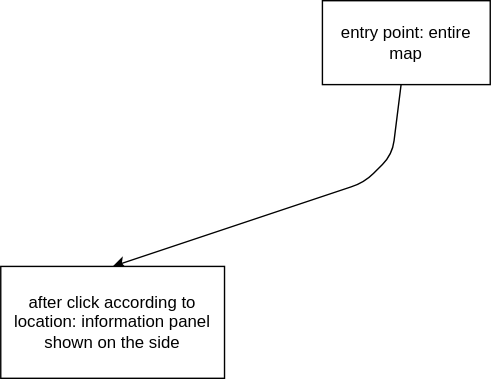
sachiniyer/resow keeps this draw.io diagram as ux-design/wireframe.svg. Above is the earlier version. Source tidied: cells renumbered, new cells last; positions are measured from the earlier drawing's top-left corner, leaving out a move shared by most shapes. Source of this version:
```xml
<mxGraphModel>
  <root>
    <mxCell id="0" />
    <mxCell id="1" parent="0" />
    <mxCell id="2" style="edgeStyle=none;html=1;entryX=0.5;entryY=0;entryDx=0;entryDy=0;" parent="1" edge="1" source="3" target="4">
      <mxGeometry relative="1" as="geometry">
        <Array as="points">
          <mxPoint x="280" y="110" />
          <mxPoint x="260" y="130" />
        </Array>
      </mxGeometry>
    </mxCell>
    <mxCell id="3" value="entry point: entire map" style="whiteSpace=wrap;html=1;" parent="1" vertex="1">
      <mxGeometry x="230" width="120" height="60" as="geometry" />
    </mxCell>
    <mxCell id="4" value="after click according to location: information panel shown on the side" style="whiteSpace=wrap;html=1;" parent="1" vertex="1">
      <mxGeometry y="190" width="160" height="80" as="geometry" />
    </mxCell>
  </root>
</mxGraphModel>
```
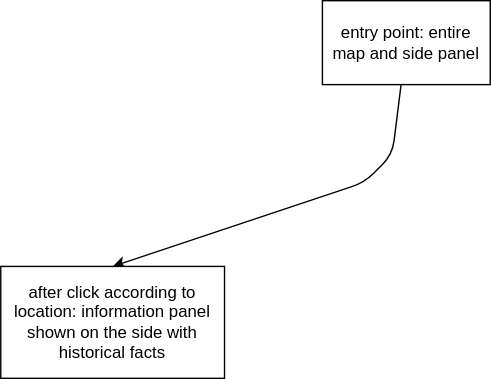
Later version of the same file.

Diff of the diagram source:
```diff
@@ -10,10 +10,10 @@
         </Array>
       </mxGeometry>
     </mxCell>
-    <mxCell id="3" value="entry point: entire map" style="whiteSpace=wrap;html=1;" parent="1" vertex="1">
+    <mxCell id="3" value="&lt;div&gt;entry point: entire map and side panel&lt;/div&gt;" style="whiteSpace=wrap;html=1;" parent="1" vertex="1">
       <mxGeometry x="230" width="120" height="60" as="geometry" />
     </mxCell>
-    <mxCell id="4" value="after click according to location: information panel shown on the side" style="whiteSpace=wrap;html=1;" parent="1" vertex="1">
+    <mxCell id="4" value="after click according to location: information panel shown on the side with historical facts" style="whiteSpace=wrap;html=1;" parent="1" vertex="1">
       <mxGeometry y="190" width="160" height="80" as="geometry" />
     </mxCell>
   </root>
```
